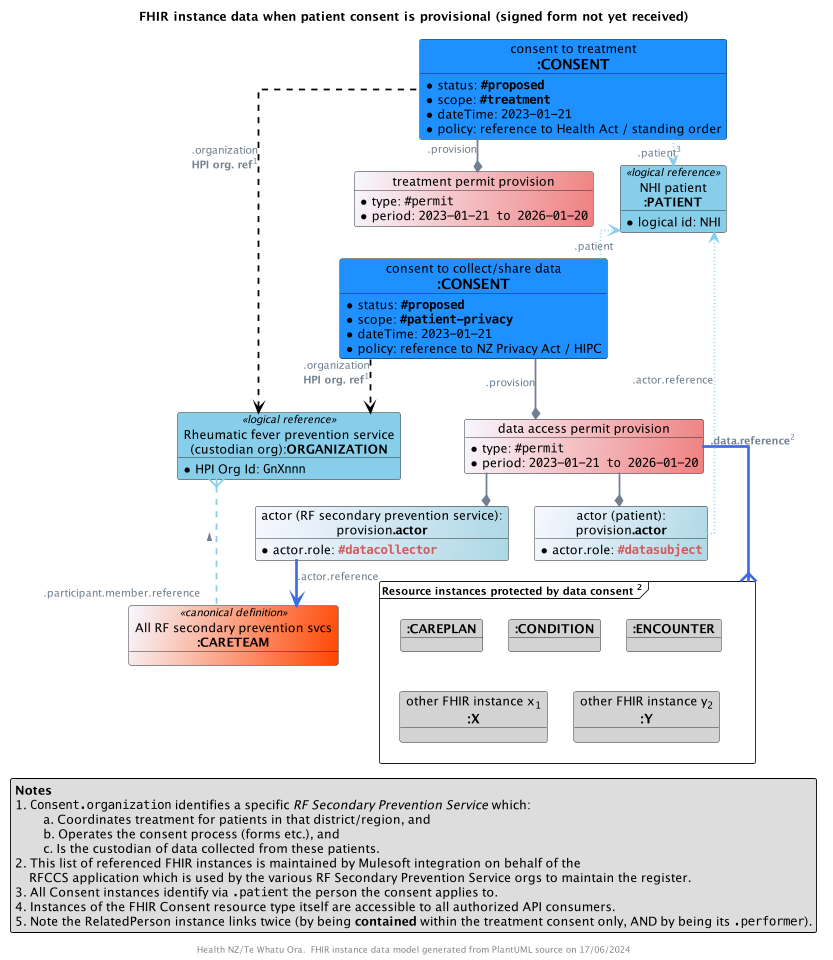
The PlantUML diagram input/images/obj-FHIR-data-consent-provisional.png in tewhatuora/fhir-rheumatic-fever, before a commit.
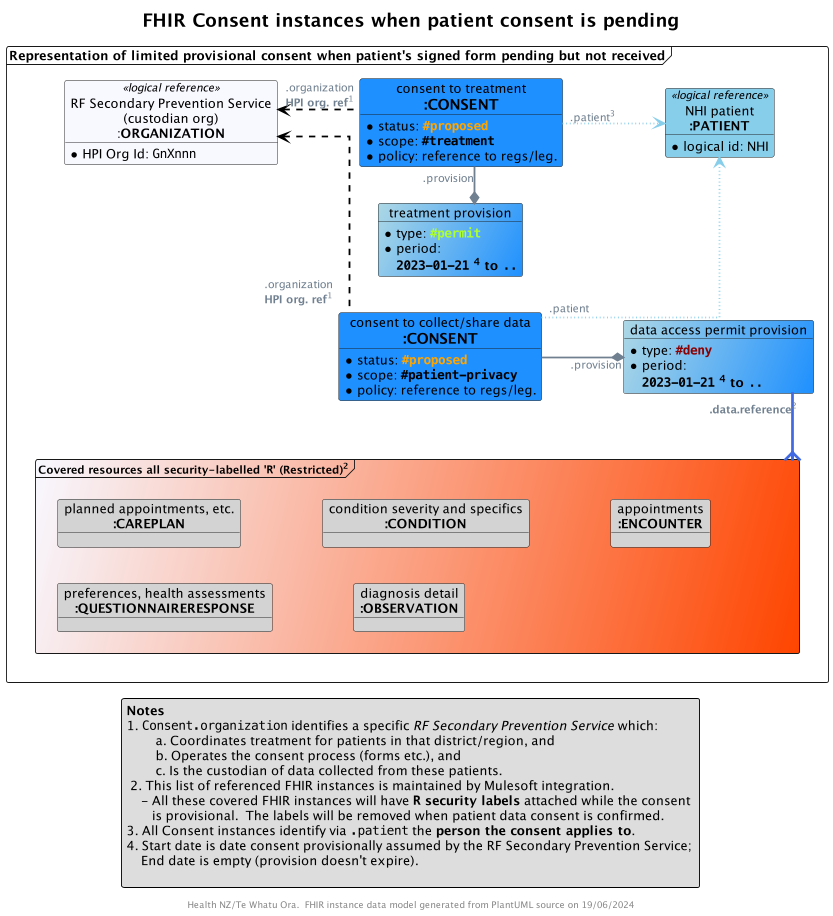
The same diagram one commit later.

Commit message:
Improved consent data designs as discussed DD meeting

Change to the diagram source:
```diff
@@ -13,89 +13,71 @@
 skinparam ArrowMessageAlignment left
 skinparam BoxPadding 10
 skinparam linetype ortho
-skinparam nodesep 30
-skinparam ranksep 30
+skinparam nodesep 90
+skinparam ranksep 40
 skinparam roundcorner 5
 skinparam sequenceArrowThickness 2
+skinparam TitleFontSize 20
 
-title FHIR instance data when patient consent is provisional (signed form not yet received)
 
-!procedure $Coding($Alias,$System,$Code,$Display)
-  object "<color:GhostWhite>$System" as $Alias #MediumPurple {
-    <color:GhostWhite><size:11>**$Code**-$Display
+title FHIR Consent instances when patient consent is pending
+
+frame "Representation of limited provisional consent when patient's signed form pending but not received" as F {
+
+  object "consent to treatment\n<size:16>**:CONSENT**" as TREATCONSENT #DodgerBlue {
+    * status: ""<color:Orange>**#proposed**</color>""
+    * scope: ""**#treatment**""
+    * policy: reference to regs/leg.
   }
-!endprocedure
 
-object "consent to treatment\n<size:16>**:CONSENT**" as TREATCONSENT #DodgerBlue {
-  * status: ""**#proposed**""
-  * scope: ""**#treatment**""
-  * dateTime: ""2023-01-21""
-  * policy: reference to Health Act / standing order
+  object "treatment provision" as TP #LightBlue/DodgerBlue  {
+    * type: ""<color:GreenYellow>**#permit**""
+    * period:
+      **""2023-01-21"" <sup>4</sup> to ""..""**
+  }
+
+  object "consent to collect/share data\n<size:16>**:CONSENT**" as DATACONSENT #DodgerBlue {
+    * status: ""<color:Orange>**#proposed**</color>""
+    * scope: ""**#patient-privacy**""
+    * policy: reference to regs/leg.
+  }
+
+  object "data access permit provision" as DAP #LightBlue/DodgerBlue  {
+    * type: ""<color:DarkRed>**#deny**""
+    * period:
+      **""2023-01-21"" <sup>4</sup> to ""..""**
+  }
+
+  object "NHI patient\n**:PATIENT**" as PATIENT <<logical reference>> #SkyBlue {
+    * logical id: NHI
+  }
+
+  object "RF Secondary Prevention Service\n(custodian org)\n:**ORGANIZATION**" as HPI <<logical reference>> #GhostWhite {
+    * HPI Org Id: ""GnXnnn""
+  }
+
+  frame "<size:12>Covered resources all security-labelled '""R""' (Restricted)<sup>2</sup>" as COVERED #GhostWhite/OrangeRed {
+    object "planned appointments, etc.\n<size:14>**:CAREPLAN**" as R1 #LightGray
+    object "condition severity and specifics\n<size:14>**:CONDITION**" as R2 #LightGray
+    object "appointments\n<size:14>**:ENCOUNTER**" as R3 #LightGray
+    object "preferences, health assessments\n<size:14>**:QUESTIONNAIRERESPONSE**" as R4 #LightGray
+    object "diagnosis detail\n<size:14>**:OBSERVATION**" as R5 #LightGray
+  }
 }
 
-object "treatment permit provision" as TAP #GhostWhite/LightCoral  {
-  * type: ""#permit""
-  * period: ""2023-01-21 to 2026-01-20""
-}
+TREATCONSENT -[hidden]d- TP
+TP -[hidden]d- DATACONSENT
 
-object "consent to collect/share data\n<size:16>**:CONSENT**" as DATACONSENT #DodgerBlue {
-  * status: ""**#proposed**""
-  * scope: ""**#patient-privacy**""
-  * dateTime: ""2023-01-21""
-  * policy: reference to NZ Privacy Act / HIPC
-}
 
-object "data access permit provision" as DAP #GhostWhite/LightCoral  {
-  * type: ""#permit""
-  * period: ""2023-01-21 to 2026-01-20""
-}
+DAP "**.data.reference**<sup>2</sup>" -[thickness=3,#RoyalBlue]--{ COVERED
 
-object "All RF secondary prevention svcs\n**:CARETEAM**" as CARETEAM <<canonical definition>> #GhostWhite/OrangeRed
+TREATCONSENT ".patient<sup>3</sup>" -[dotted,#SkyBlue,norank]-> PATIENT
+TREATCONSENT -[norank]-* TP : "".provision""
+TREATCONSENT ".organization\n**HPI org. ref**<sup>1</sup>" -[dashed,#Black]l-> HPI
 
-object "actor (RF secondary prevention service):\n<size:14>provision**.actor**" as ORGACTOR #GhostWhite/LightBlue {
-  * actor.role: ""<color:#IndianRed>**#datacollector**""
-}
-
-object "actor (patient):\n<size:14>provision**.actor**" as SUBJECTACTOR #GhostWhite/LightBlue {
-  * actor.role: ""<color:#IndianRed>**#datasubject**""
-}
-
-object "NHI patient\n**:PATIENT**" as PATIENT <<logical reference>> #SkyBlue {
-  * logical id: NHI
-}
-
-object "Rheumatic fever prevention service\n(custodian org):**ORGANIZATION**" as HPI <<logical reference>> #SkyBlue {
-  * HPI Org Id: ""GnXnnn""
-}
-
-frame "<size:12>Resource instances protected by data consent <sup>2</sup>" as COVERED {
-  object "<size:14>**:CAREPLAN**" as R1 #LightGray
-  object "<size:14>**:CONDITION**" as R2 #LightGray
-  object "<size:14>**:ENCOUNTER**" as R3 #LightGray
-  object "other FHIR instance x<sub>1</sub>\n**<size:15>:X**" as Another1 #LightGray
-  object "other FHIR instance y<sub>2</sub>\n**<size:15>:Y**" as Another2 #LightGray
-}
-
-TREATCONSENT -[hidden]d- TAP
-TAP -[hidden]d- DATACONSENT
-
-DAP "**.data.reference**<sup>2</sup>" -[thickness=3,#RoyalBlue]d--{ COVERED
-DAP --* ORGACTOR
-DAP --* SUBJECTACTOR
-
-TREATCONSENT ".patient<sup>3</sup>" -[dotted,#SkyBlue]-> PATIENT
-TREATCONSENT -[norank]-* TAP : "".provision""
-TREATCONSENT -[dashed,#Black,norank]l-> HPI: .organization\n**HPI org. ref**<sup>1</sup>
-
-DATACONSENT ".patient" -[dotted,#SkyBlue,norank]---> PATIENT
-DATACONSENT -d--* DAP : "".provision""
-DATACONSENT -[dashed,#Black]--> HPI: .organization\n**HPI org. ref**<sup>1</sup>
-
-ORGACTOR -[thickness=3,#RoyalBlue]-> CARETEAM: .actor.reference
-SUBJECTACTOR  -[dotted,#SkyBlue,norank]-> PATIENT: .actor.reference
-
-CARETEAM "\n.participant.member.reference" -[dashed,#SkyBlue]l--{ HPI: >
-
+DATACONSENT ".patient" -[dotted,#SkyBlue,norank]-> PATIENT
+DATACONSENT -* DAP : "".provision""
+DATACONSENT ".organization\n**HPI org. ref**<sup>1</sup>" -[dashed,#Black]u-> HPI
 
 legend bottom
   **Notes**
@@ -103,11 +85,13 @@
       \ta. Coordinates treatment for patients in that district/region, and
       \tb. Operates the consent process (forms etc.), and
       \tc. Is the custodian of data collected from these patients.
-  2. This list of referenced FHIR instances is maintained by Mulesoft integration on behalf of the
-      RFCCS application which is used by the various RF Secondary Prevention Service orgs to maintain the register.
-  3. All Consent instances identify via "".patient"" the person the consent applies to.
-  4. Instances of the FHIR Consent resource type itself are accessible to all authorized API consumers.
-  5. Note the RelatedPerson instance links twice (by being **contained** within the treatment consent only, AND by being its "".performer"").
+   2. This list of referenced FHIR instances is maintained by Mulesoft integration.
+      - All these covered FHIR instances will have **""R"" security labels** attached while the consent
+         is provisional.  The labels will be removed when patient data consent is confirmed.
+  3. All Consent instances identify via "".patient"" the **person the consent applies to**.
+  4. Start date is date consent provisionally assumed by the RF Secondary Prevention Service;
+      End date is empty (provision doesn't expire).
+
 endlegend
 
 footer "Health NZ/Te Whatu Ora.  FHIR instance data model generated from PlantUML source on %date('dd/MM/yyyy')"
```
